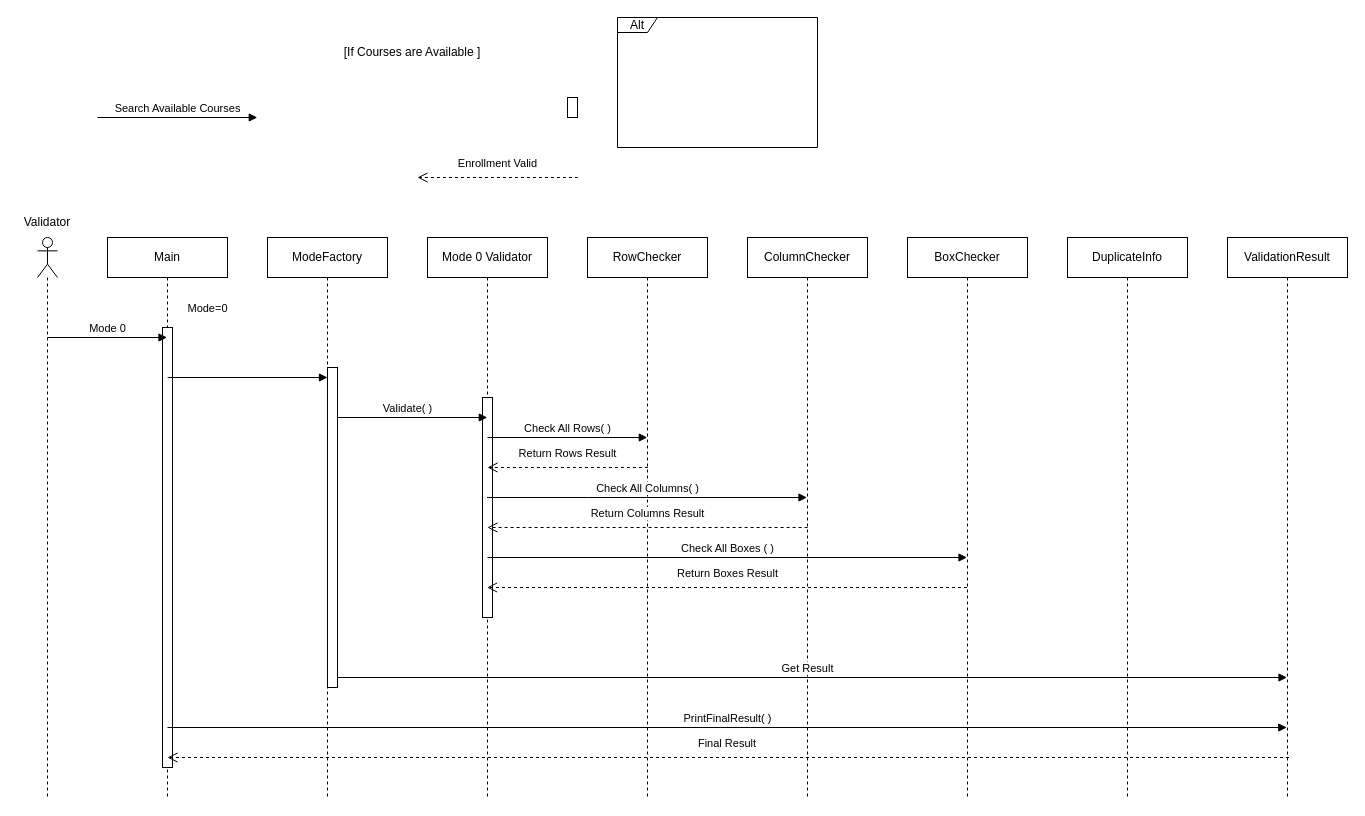
This is SequenceMode0Diagram.drawio from ghadeer4705/Lab9_Sudoku1, a draw.io file, before an edit. Source tidied: cells renumbered, new cells numbered last; positions are measured from the earlier drawing's top-left corner, leaving out a move shared by most shapes. Both pictures are drawn from the tidied source at 100%, with x=0, y=0 at pixel (17, 17).
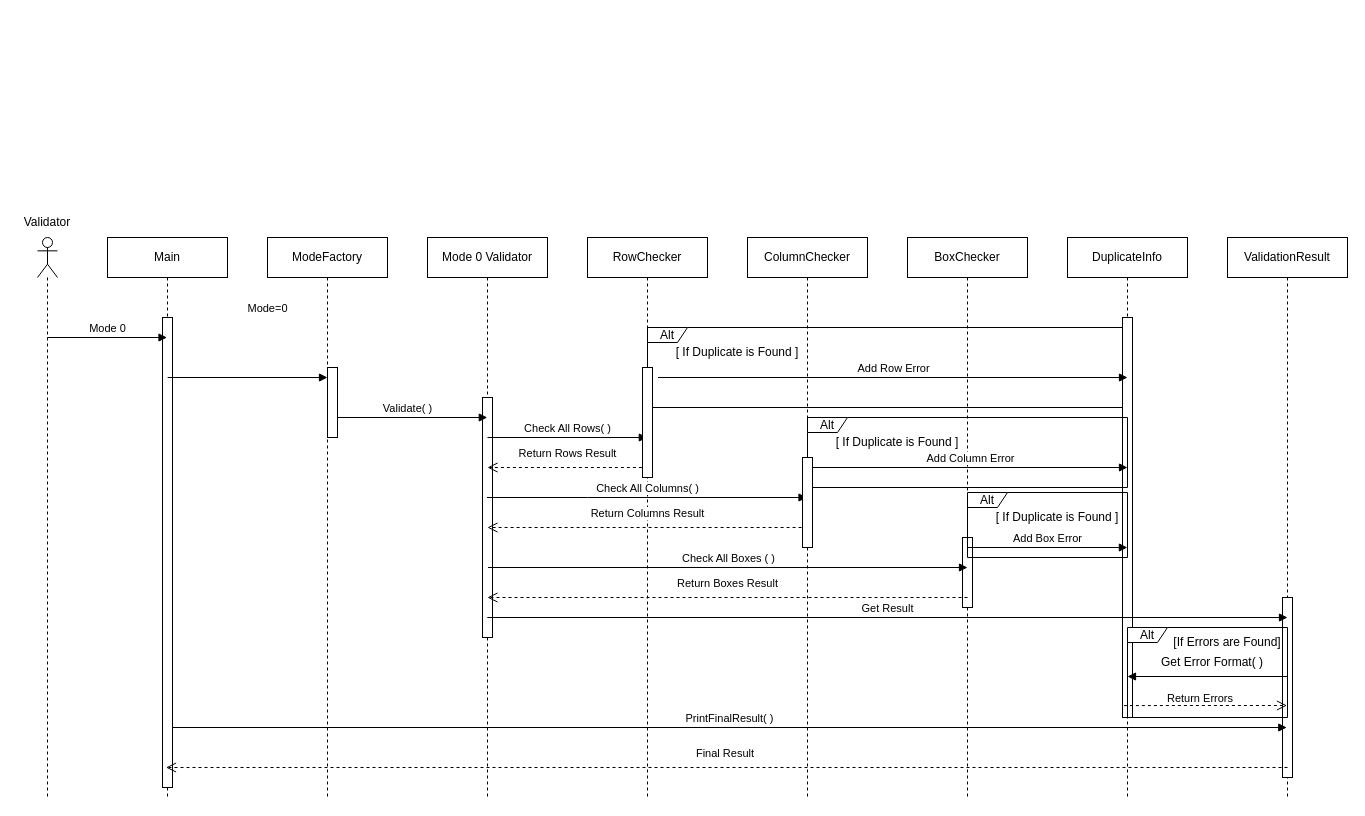
After the change.

Unchanged cells that the change refers to:
```xml
<mxCell id="4" value="Main" style="shape=umlLifeline;perimeter=lifelinePerimeter;whiteSpace=wrap;html=1;newEdgeStyle={&quot;curved&quot;:0,&quot;rounded&quot;:0};size=40;" parent="1" vertex="1">
  <mxGeometry x="90" y="220" width="120" height="560" as="geometry" />
</mxCell>
<mxCell id="11" value="Mode 0 Validator" style="shape=umlLifeline;perimeter=lifelinePerimeter;whiteSpace=wrap;html=1;outlineConnect=0;portConstraint=eastwest;newEdgeStyle={&quot;curved&quot;:0,&quot;rounded&quot;:0};size=40;" parent="1" vertex="1">
  <mxGeometry x="410" y="220" width="120" height="560" as="geometry" />
</mxCell>
<mxCell id="15" value="BoxChecker" style="shape=umlLifeline;perimeter=lifelinePerimeter;whiteSpace=wrap;html=1;outlineConnect=0;portConstraint=eastwest;newEdgeStyle={&quot;curved&quot;:0,&quot;rounded&quot;:0};size=40;" parent="1" vertex="1">
  <mxGeometry x="890" y="220" width="120" height="560" as="geometry" />
</mxCell>
<mxCell id="16" value="DuplicateInfo" style="shape=umlLifeline;perimeter=lifelinePerimeter;whiteSpace=wrap;html=1;newEdgeStyle={&quot;curved&quot;:0,&quot;rounded&quot;:0};size=40;" parent="1" vertex="1">
  <mxGeometry x="1050" y="220" width="120" height="560" as="geometry" />
</mxCell>
<mxCell id="17" value="ValidationResult" style="shape=umlLifeline;perimeter=lifelinePerimeter;whiteSpace=wrap;html=1;outlineConnect=0;portConstraint=eastwest;newEdgeStyle={&quot;curved&quot;:0,&quot;rounded&quot;:0};size=40;" parent="1" vertex="1">
  <mxGeometry x="1210" y="220" width="120" height="560" as="geometry" />
</mxCell>
```

What changed in the source:
```diff
@@
-    <mxCell id="2" value="Search Available Courses" style="html=1;verticalAlign=bottom;endArrow=block;curved=0;rounded=0;" parent="1" edge="1">
-      <mxGeometry relative="1" as="geometry">
-        <mxPoint x="80" y="100" as="sourcePoint" />
-        <mxPoint x="239.8" y="100" as="targetPoint" />
-      </mxGeometry>
-    </mxCell>
-    <mxCell id="3" value="Enrollment Valid" style="html=1;verticalAlign=bottom;endArrow=open;dashed=1;endSize=8;curved=0;rounded=0;" parent="1" edge="1">
-      <mxGeometry y="-5" relative="1" as="geometry">
-        <mxPoint x="560.4" y="160" as="sourcePoint" />
-        <mxPoint x="400" y="160" as="targetPoint" />
-        <Array as="points">
-          <mxPoint x="460.9" y="160" />
-        </Array>
-      </mxGeometry>
-    </mxCell>
@@
     <mxCell id="5" style="html=1;points=[[0,0,0,0,5],[0,1,0,0,-5],[1,0,0,0,5],[1,1,0,0,-5]];perimeter=orthogonalPerimeter;outlineConnect=0;targetShapes=umlLifeline;portConstraint=eastwest;newEdgeStyle={&quot;curved&quot;:0,&quot;rounded&quot;:0};" parent="4" vertex="1">
-      <mxGeometry x="55" y="90" width="10" height="440" as="geometry" />
+      <mxGeometry x="55" y="80" width="10" height="470" as="geometry" />
     </mxCell>
-    <mxCell id="6" value="[If Courses are Available ]" style="text;html=1;whiteSpace=wrap;strokeColor=none;fillColor=none;align=center;verticalAlign=middle;rounded=0;" parent="1" vertex="1">
-      <mxGeometry x="310" y="20" width="170" height="30" as="geometry" />
+    <mxCell id="6" value="[ If Duplicate is Found ]" style="text;html=1;whiteSpace=wrap;strokeColor=none;fillColor=none;align=center;verticalAlign=middle;rounded=0;" parent="1" vertex="1">
+      <mxGeometry x="650" y="320" width="140" height="30" as="geometry" />
     </mxCell>
-    <mxCell id="7" style="html=1;perimeter=orthogonalPerimeter;targetShapes=umlLifeline;newEdgeStyle={&quot;curved&quot;:0,&quot;rounded&quot;:0};" parent="1" vertex="1">
-      <mxGeometry x="550" y="80" width="10" height="20" as="geometry" />
-    </mxCell>
     <mxCell id="8" value="Alt" style="shape=umlFrame;whiteSpace=wrap;html=1;width=40;height=15;" parent="1" vertex="1">
-      <mxGeometry x="600" width="200" height="130" as="geometry" />
+      <mxGeometry x="630" y="310" width="480" height="80" as="geometry" />
     </mxCell>
@@
     <mxCell id="12" style="html=1;perimeter=orthogonalPerimeter;targetShapes=umlLifeline;newEdgeStyle={&quot;curved&quot;:0,&quot;rounded&quot;:0};" parent="11" vertex="1">
-      <mxGeometry x="55" y="160" width="10" height="220" as="geometry" />
+      <mxGeometry x="55" y="160" width="10" height="240" as="geometry" />
     </mxCell>
@@
+    <mxCell id="33" style="html=1;perimeter=orthogonalPerimeter;targetShapes=umlLifeline;newEdgeStyle={&quot;curved&quot;:0,&quot;rounded&quot;:0};" parent="15" vertex="1">
+      <mxGeometry x="55" y="300" width="10" height="70" as="geometry" />
+    </mxCell>
@@
+    <mxCell id="34" style="html=1;perimeter=orthogonalPerimeter;targetShapes=umlLifeline;newEdgeStyle={&quot;curved&quot;:0,&quot;rounded&quot;:0};" parent="16" vertex="1">
+      <mxGeometry x="55" y="80" width="10" height="400" as="geometry" />
+    </mxCell>
@@
+    <mxCell id="7" style="html=1;perimeter=orthogonalPerimeter;targetShapes=umlLifeline;newEdgeStyle={&quot;curved&quot;:0,&quot;rounded&quot;:0};" parent="17" vertex="1">
+      <mxGeometry x="55" y="360" width="10" height="180" as="geometry" />
+    </mxCell>
@@
-    <mxCell id="21" value="PrintFinalResult( )" style="html=1;verticalAlign=bottom;endArrow=block;curved=0;rounded=0;" parent="1" edge="1">
+    <mxCell id="21" value="PrintFinalResult( )" style="html=1;verticalAlign=bottom;endArrow=block;curved=0;rounded=0;" parent="1" edge="1" source="5">
       <mxGeometry relative="1" as="geometry">
-        <mxPoint x="150" y="710" as="sourcePoint" />
         <mxPoint x="1269.3" y="710" as="targetPoint" />
       </mxGeometry>
     </mxCell>
@@
     <mxCell id="23" value="Final Result&amp;nbsp;" style="html=1;verticalAlign=bottom;endArrow=open;dashed=1;endSize=8;curved=0;rounded=0;" parent="1" edge="1">
       <mxGeometry y="-5" relative="1" as="geometry">
-        <mxPoint x="1271.5" y="740" as="sourcePoint" />
-        <mxPoint x="150" y="740" as="targetPoint" />
+        <mxPoint x="1270" y="750" as="sourcePoint" />
+        <mxPoint x="148.5" y="750" as="targetPoint" />
         <Array as="points">
-          <mxPoint x="1172" y="740" />
+          <mxPoint x="1170.5" y="750" />
         </Array>
       </mxGeometry>
     </mxCell>
@@
     <mxCell id="26" value="Check All Boxes ( )" style="html=1;verticalAlign=bottom;endArrow=block;curved=0;rounded=0;" parent="1" edge="1">
       <mxGeometry relative="1" as="geometry">
-        <mxPoint x="470" y="540" as="sourcePoint" />
-        <mxPoint x="949.5" y="540" as="targetPoint" />
+        <mxPoint x="470.5" y="550" as="sourcePoint" />
+        <mxPoint x="950" y="550" as="targetPoint" />
       </mxGeometry>
     </mxCell>
@@
-    <mxCell id="29" value="Return Boxes Result" style="html=1;verticalAlign=bottom;endArrow=open;dashed=1;endSize=8;curved=0;rounded=0;" parent="1" edge="1" source="15" target="11">
+    <mxCell id="29" value="Return Boxes Result" style="html=1;verticalAlign=bottom;endArrow=open;dashed=1;endSize=8;curved=0;rounded=0;" parent="1" edge="1">
       <mxGeometry y="-5" relative="1" as="geometry">
+        <mxPoint x="950" y="580" as="sourcePoint" />
+        <mxPoint x="469.9" y="580" as="targetPoint" />
         <Array as="points">
-          <mxPoint x="680.9" y="570" />
+          <mxPoint x="681.4" y="580" />
         </Array>
       </mxGeometry>
     </mxCell>
-    <mxCell id="30" value="Get Result" style="html=1;verticalAlign=bottom;endArrow=block;curved=0;rounded=0;" parent="1" edge="1" target="17">
+    <mxCell id="30" value="Get Result" style="html=1;verticalAlign=bottom;endArrow=block;curved=0;rounded=0;" parent="1" edge="1">
       <mxGeometry relative="1" as="geometry">
-        <mxPoint x="310" y="660" as="sourcePoint" />
+        <mxPoint x="469.8" y="600" as="sourcePoint" />
+        <mxPoint x="1270" y="600" as="targetPoint" />
       </mxGeometry>
     </mxCell>
@@
     <mxCell id="32" style="html=1;points=[[0,0,0,0,5],[0,1,0,0,-5],[1,0,0,0,5],[1,1,0,0,-5]];perimeter=orthogonalPerimeter;outlineConnect=0;targetShapes=umlLifeline;portConstraint=eastwest;newEdgeStyle={&quot;curved&quot;:0,&quot;rounded&quot;:0};" parent="1" vertex="1">
-      <mxGeometry x="310" y="350" width="10" height="320" as="geometry" />
+      <mxGeometry x="310" y="350" width="10" height="70" as="geometry" />
     </mxCell>
+    <mxCell id="35" value="Alt" style="shape=umlFrame;whiteSpace=wrap;html=1;width=40;height=15;" parent="1" vertex="1">
+      <mxGeometry x="790" y="400" width="320" height="70" as="geometry" />
+    </mxCell>
+    <mxCell id="36" value="Alt" style="shape=umlFrame;whiteSpace=wrap;html=1;width=40;height=15;" parent="1" vertex="1">
+      <mxGeometry x="950" y="475" width="160" height="65" as="geometry" />
+    </mxCell>
+    <mxCell id="37" value="Alt" style="shape=umlFrame;whiteSpace=wrap;html=1;width=40;height=15;" parent="1" vertex="1">
+      <mxGeometry x="1110" y="610" width="160" height="90" as="geometry" />
+    </mxCell>
+    <mxCell id="38" value="Add Row Error" style="html=1;verticalAlign=bottom;endArrow=block;curved=0;rounded=0;" parent="1" edge="1">
+      <mxGeometry relative="1" as="geometry">
+        <mxPoint x="640.5" y="360" as="sourcePoint" />
+        <mxPoint x="1110" y="360" as="targetPoint" />
+      </mxGeometry>
+    </mxCell>
+    <mxCell id="39" value="Add Column Error" style="html=1;verticalAlign=bottom;endArrow=block;curved=0;rounded=0;" parent="1" edge="1" source="49">
+      <mxGeometry relative="1" as="geometry">
+        <mxPoint x="1110" y="450" as="targetPoint" />
+      </mxGeometry>
+    </mxCell>
+    <mxCell id="40" value="Add Box Error" style="html=1;verticalAlign=bottom;endArrow=block;curved=0;rounded=0;" parent="1" edge="1">
+      <mxGeometry relative="1" as="geometry">
+        <mxPoint x="950.1" y="530" as="sourcePoint" />
+        <mxPoint x="1109.9" y="530" as="targetPoint" />
+      </mxGeometry>
+    </mxCell>
+    <mxCell id="41" value="[ If Duplicate is Found ]" style="text;html=1;whiteSpace=wrap;strokeColor=none;fillColor=none;align=center;verticalAlign=middle;rounded=0;" parent="1" vertex="1">
+      <mxGeometry x="810" y="410" width="140" height="30" as="geometry" />
+    </mxCell>
+    <mxCell id="42" value="[ If Duplicate is Found ]" style="text;html=1;whiteSpace=wrap;strokeColor=none;fillColor=none;align=center;verticalAlign=middle;rounded=0;" parent="1" vertex="1">
+      <mxGeometry x="970" y="485" width="140" height="30" as="geometry" />
+    </mxCell>
+    <mxCell id="43" style="html=1;verticalAlign=bottom;endArrow=block;curved=0;rounded=0;" parent="1" edge="1">
+      <mxGeometry relative="1" as="geometry">
+        <mxPoint x="1270" y="659" as="sourcePoint" />
+        <mxPoint x="1110" y="659" as="targetPoint" />
+      </mxGeometry>
+    </mxCell>
+    <mxCell id="44" value="Return Errors&amp;nbsp;" style="html=1;verticalAlign=bottom;endArrow=open;dashed=1;endSize=8;curved=0;rounded=0;exitX=0.02;exitY=0.901;exitDx=0;exitDy=0;exitPerimeter=0;" parent="1" edge="1" target="17">
+      <mxGeometry x="-0.06" y="-2" relative="1" as="geometry">
+        <mxPoint x="1106.4" y="688.1" as="sourcePoint" />
+        <Array as="points">
+          <mxPoint x="1183.2" y="688" />
+        </Array>
+        <mxPoint x="1" as="offset" />
+      </mxGeometry>
+    </mxCell>
+    <mxCell id="45" value="Get Error Format( )" style="text;html=1;whiteSpace=wrap;strokeColor=none;fillColor=none;align=center;verticalAlign=middle;rounded=0;" parent="1" vertex="1">
+      <mxGeometry x="1125" y="630" width="140" height="30" as="geometry" />
+    </mxCell>
+    <mxCell id="46" style="html=1;verticalAlign=bottom;endArrow=block;curved=0;rounded=0;" parent="1" edge="1" target="47">
+      <mxGeometry relative="1" as="geometry">
+        <mxPoint x="630.2" y="370" as="sourcePoint" />
+      </mxGeometry>
+    </mxCell>
+    <mxCell id="47" style="html=1;points=[[0,0,0,0,5],[0,1,0,0,-5],[1,0,0,0,5],[1,1,0,0,-5]];perimeter=orthogonalPerimeter;outlineConnect=0;targetShapes=umlLifeline;portConstraint=eastwest;newEdgeStyle={&quot;curved&quot;:0,&quot;rounded&quot;:0};" parent="1" vertex="1">
+      <mxGeometry x="625" y="350" width="10" height="110" as="geometry" />
+    </mxCell>
+    <mxCell id="48" style="html=1;verticalAlign=bottom;endArrow=block;curved=0;rounded=0;" parent="1" edge="1" target="49">
+      <mxGeometry relative="1" as="geometry">
+        <mxPoint x="790" y="450" as="sourcePoint" />
+      </mxGeometry>
+    </mxCell>
+    <mxCell id="49" style="html=1;points=[[0,0,0,0,5],[0,1,0,0,-5],[1,0,0,0,5],[1,1,0,0,-5]];perimeter=orthogonalPerimeter;outlineConnect=0;targetShapes=umlLifeline;portConstraint=eastwest;newEdgeStyle={&quot;curved&quot;:0,&quot;rounded&quot;:0};" parent="1" vertex="1">
+      <mxGeometry x="785" y="440" width="10" height="90" as="geometry" />
+    </mxCell>
+    <mxCell id="50" style="html=1;perimeter=orthogonalPerimeter;targetShapes=umlLifeline;newEdgeStyle={&quot;curved&quot;:0,&quot;rounded&quot;:0};rotation=-15;" parent="1" vertex="1">
+      <mxGeometry x="692.6" y="109.7" height="20" as="geometry" />
+    </mxCell>
+    <mxCell id="51" value="[If Errors are Found]" style="text;html=1;whiteSpace=wrap;strokeColor=none;fillColor=none;align=center;verticalAlign=middle;rounded=0;" parent="1" vertex="1">
+      <mxGeometry x="1150" y="610" width="120" height="30" as="geometry" />
+    </mxCell>
```
